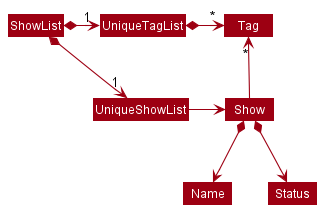
Before: docs/images/BetterModelClassDiagram.png, a diagram exported from PlantUML (nus-cs2103-AY2122S2/tp). Source of this version:
```plantuml
@startuml
!include style.puml
skinparam arrowThickness 1.1
skinparam arrowColor MODEL_COLOR
skinparam classBackgroundColor MODEL_COLOR

ShowList *-right-> "1" UniqueShowList
ShowList *-right-> "1" UniqueTagList
UniqueTagList -[hidden]down- UniqueShowList
UniqueTagList -[hidden]down- UniqueShowList

UniqueTagList *-right-> "*" Tag
UniqueShowList -right-> Show

Show -up-> "*" Tag

Show *--> Name
Show *--> Status
@enduml
```
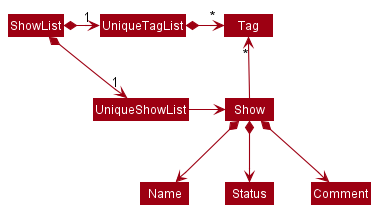
The same diagram one commit later.

The edit, as a diff of the source:
```diff
@@ -16,4 +16,5 @@
 
 Show *--> Name
 Show *--> Status
+Show *--> Comment
 @enduml
```
